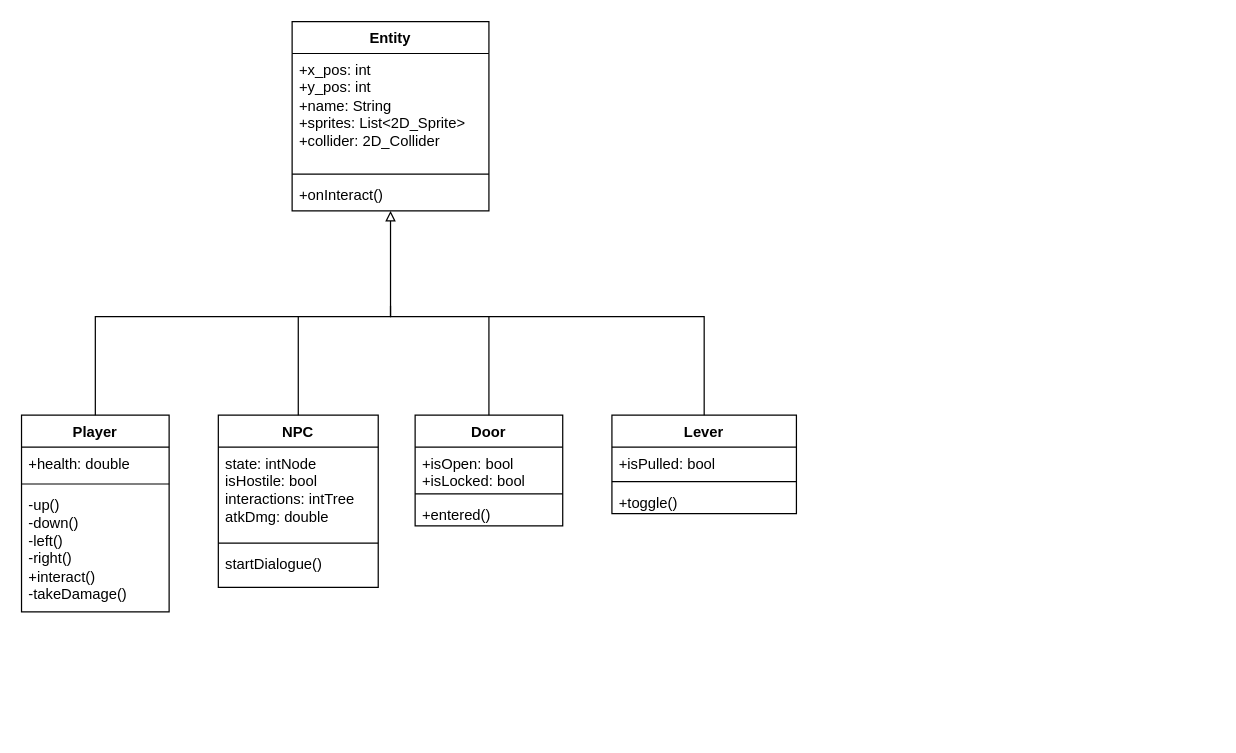
NoomMiner/Echoes-of-Time keeps this draw.io diagram as deliverables/UML_Class_D3.drawio. Above is the earlier version. Source tidied: cells renumbered, new cells numbered last; positions are measured from the earlier drawing's top-left corner, leaving out a move shared by most shapes. Both pictures are drawn from the tidied source at 123%, with x=0, y=0 at pixel (21, 21).
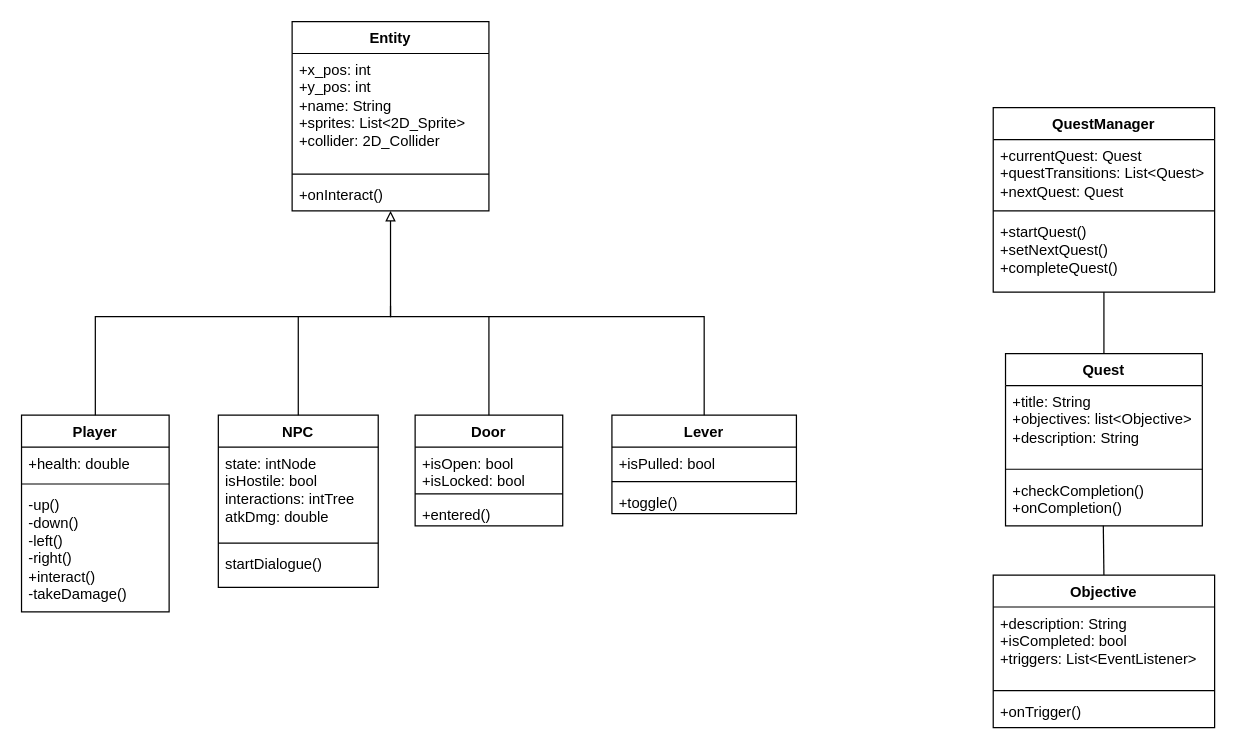
Above is the later version.

Commit message:
Added QuestManager, Quest, Objective

What changed in the source:
```diff
@@
+    <mxCell id="26" value="QuestManager" style="swimlane;fontStyle=1;align=center;verticalAlign=top;horizontal=1;startSize=26;whiteSpace=wrap;html=1;" parent="1" vertex="1">
+      <mxGeometry x="790" y="70" width="180" height="150" as="geometry" />
+    </mxCell>
+    <mxCell id="27" value="+currentQuest: Quest&lt;div&gt;+questTransitions: List&amp;lt;Quest&amp;gt;&lt;/div&gt;&lt;div&gt;+nextQuest: Quest&lt;/div&gt;" style="text;strokeColor=none;fillColor=none;align=left;verticalAlign=top;spacingLeft=4;spacingRight=4;overflow=hidden;whiteSpace=wrap;html=1;" parent="26" vertex="1">
+      <mxGeometry y="26" width="180" height="54" as="geometry" />
+    </mxCell>
+    <mxCell id="28" style="line;strokeWidth=1;fillColor=none;align=left;verticalAlign=middle;spacingTop=-1;spacingLeft=3;spacingRight=3;labelPosition=right;strokeColor=inherit;" parent="26" vertex="1">
+      <mxGeometry y="80" width="180" height="8" as="geometry" />
+    </mxCell>
+    <mxCell id="29" value="+startQuest()&lt;div&gt;+setNextQuest()&lt;/div&gt;&lt;div&gt;+completeQuest()&lt;/div&gt;" style="text;strokeColor=none;fillColor=none;align=left;verticalAlign=top;spacingLeft=4;spacingRight=4;overflow=hidden;whiteSpace=wrap;html=1;" parent="26" vertex="1">
+      <mxGeometry y="88" width="180" height="62" as="geometry" />
+    </mxCell>
+    <mxCell id="30" value="Quest" style="swimlane;fontStyle=1;align=center;verticalAlign=top;horizontal=1;startSize=26;whiteSpace=wrap;html=1;" parent="1" vertex="1">
+      <mxGeometry x="800" y="270" width="160" height="140" as="geometry" />
+    </mxCell>
+    <mxCell id="31" value="+title: String&lt;div&gt;&lt;div&gt;+objectives: list&amp;lt;Objective&amp;gt;&lt;/div&gt;&lt;/div&gt;&lt;div&gt;+description: String&lt;/div&gt;" style="text;strokeColor=none;fillColor=none;align=left;verticalAlign=top;spacingLeft=4;spacingRight=4;overflow=hidden;whiteSpace=wrap;html=1;" parent="30" vertex="1">
+      <mxGeometry y="26" width="160" height="64" as="geometry" />
+    </mxCell>
+    <mxCell id="32" style="line;strokeWidth=1;fillColor=none;align=left;verticalAlign=middle;spacingTop=-1;spacingLeft=3;spacingRight=3;labelPosition=right;strokeColor=inherit;" parent="30" vertex="1">
+      <mxGeometry y="90" width="160" height="8" as="geometry" />
+    </mxCell>
+    <mxCell id="33" value="+checkCompletion()&lt;div&gt;+onCompletion()&lt;/div&gt;" style="text;strokeColor=none;fillColor=none;align=left;verticalAlign=top;spacingLeft=4;spacingRight=4;overflow=hidden;whiteSpace=wrap;html=1;" parent="30" vertex="1">
+      <mxGeometry y="98" width="160" height="42" as="geometry" />
+    </mxCell>
+    <mxCell id="34" value="Objective" style="swimlane;fontStyle=1;align=center;verticalAlign=top;horizontal=1;startSize=26;whiteSpace=wrap;html=1;" parent="1" vertex="1">
+      <mxGeometry x="790" y="450" width="180" height="124" as="geometry" />
+    </mxCell>
+    <mxCell id="35" value="+description: String&lt;div&gt;+isCompleted: bool&lt;/div&gt;&lt;div&gt;+triggers: List&amp;lt;EventListener&amp;gt;&lt;/div&gt;" style="text;strokeColor=none;fillColor=none;align=left;verticalAlign=top;spacingLeft=4;spacingRight=4;overflow=hidden;whiteSpace=wrap;html=1;" parent="34" vertex="1">
+      <mxGeometry y="26" width="180" height="64" as="geometry" />
+    </mxCell>
+    <mxCell id="36" style="line;strokeWidth=1;fillColor=none;align=left;verticalAlign=middle;spacingTop=-1;spacingLeft=3;spacingRight=3;labelPosition=right;strokeColor=inherit;" parent="34" vertex="1">
+      <mxGeometry y="90" width="180" height="8" as="geometry" />
+    </mxCell>
+    <mxCell id="37" value="+onTrigger()" style="text;strokeColor=none;fillColor=none;align=left;verticalAlign=top;spacingLeft=4;spacingRight=4;overflow=hidden;whiteSpace=wrap;html=1;" parent="34" vertex="1">
+      <mxGeometry y="98" width="180" height="26" as="geometry" />
+    </mxCell>
+    <mxCell id="38" style="endArrow=none;html=1;rounded=0;exitX=0.5;exitY=0;exitDx=0;exitDy=0;" parent="1" edge="1" source="30">
+      <mxGeometry relative="1" as="geometry">
+        <mxPoint x="880" y="220" as="targetPoint" />
+      </mxGeometry>
+    </mxCell>
+    <mxCell id="39" style="endArrow=none;html=1;rounded=0;" parent="1" edge="1">
+      <mxGeometry relative="1" as="geometry">
+        <mxPoint x="880" y="450" as="sourcePoint" />
+        <mxPoint x="879.5" y="410" as="targetPoint" />
+      </mxGeometry>
+    </mxCell>
```
